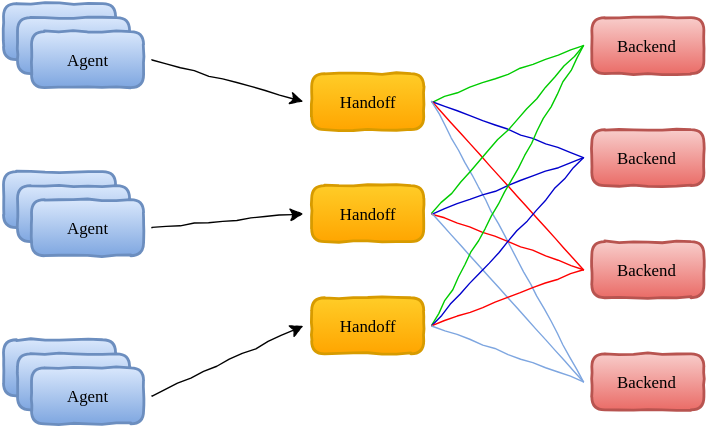
The draw.io diagram doc/img/lite-falcon.svg in yubo/falcon, before a commit. Source tidied: cells renumbered, new cells last; positions are measured from the earlier drawing's top-left corner, leaving out a move shared by most shapes.
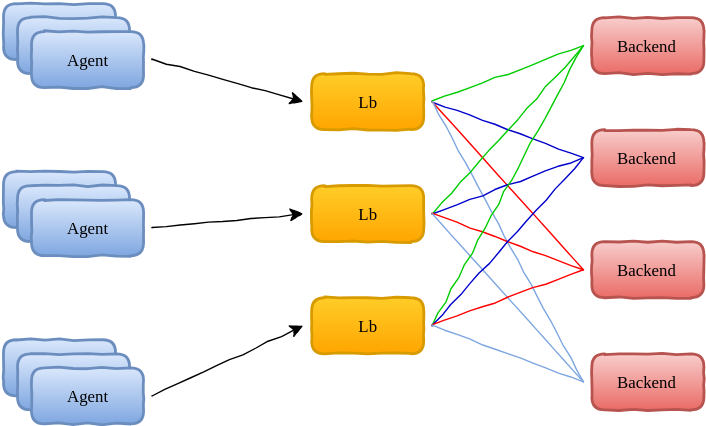
The same diagram one commit later.

Diff of the diagram source:
```diff
@@ -11,13 +11,13 @@
     <mxCell id="4" value="Agent" style="whiteSpace=wrap;html=1;comic=1;fontFamily=Comic Sans MS;plain-blue;strokeWidth=2;perimeterSpacing=6;shadow=0;rounded=1;arcSize=23;" parent="1" vertex="1">
       <mxGeometry x="20" y="20" width="80" height="40" as="geometry" />
     </mxCell>
-    <mxCell id="5" value="Handoff" style="whiteSpace=wrap;html=1;comic=1;fontFamily=Comic Sans MS;strokeWidth=2;perimeterSpacing=6;shadow=0;rounded=1;arcSize=23;plain-orange;" parent="1" vertex="1">
+    <mxCell id="5" value="Lb" style="whiteSpace=wrap;html=1;comic=1;fontFamily=Comic Sans MS;strokeWidth=2;perimeterSpacing=6;shadow=0;rounded=1;arcSize=23;plain-orange;" parent="1" vertex="1">
       <mxGeometry x="220" y="50" width="80" height="40" as="geometry" />
     </mxCell>
-    <mxCell id="6" value="Handoff" style="whiteSpace=wrap;html=1;comic=1;fontFamily=Comic Sans MS;strokeWidth=2;perimeterSpacing=6;shadow=0;rounded=1;arcSize=23;plain-orange;" parent="1" vertex="1">
+    <mxCell id="6" value="Lb" style="whiteSpace=wrap;html=1;comic=1;fontFamily=Comic Sans MS;strokeWidth=2;perimeterSpacing=6;shadow=0;rounded=1;arcSize=23;plain-orange;" parent="1" vertex="1">
       <mxGeometry x="220" y="130" width="80" height="40" as="geometry" />
     </mxCell>
-    <mxCell id="7" value="Handoff" style="whiteSpace=wrap;html=1;comic=1;fontFamily=Comic Sans MS;strokeWidth=2;perimeterSpacing=6;shadow=0;rounded=1;arcSize=23;plain-orange;" parent="1" vertex="1">
+    <mxCell id="7" value="Lb" style="whiteSpace=wrap;html=1;comic=1;fontFamily=Comic Sans MS;strokeWidth=2;perimeterSpacing=6;shadow=0;rounded=1;arcSize=23;plain-orange;" parent="1" vertex="1">
       <mxGeometry x="220" y="210" width="80" height="40" as="geometry" />
     </mxCell>
     <mxCell id="8" value="Backend" style="whiteSpace=wrap;html=1;comic=1;fontFamily=Comic Sans MS;strokeWidth=2;perimeterSpacing=6;shadow=0;rounded=1;arcSize=23;plain-red;" parent="1" vertex="1">
```
